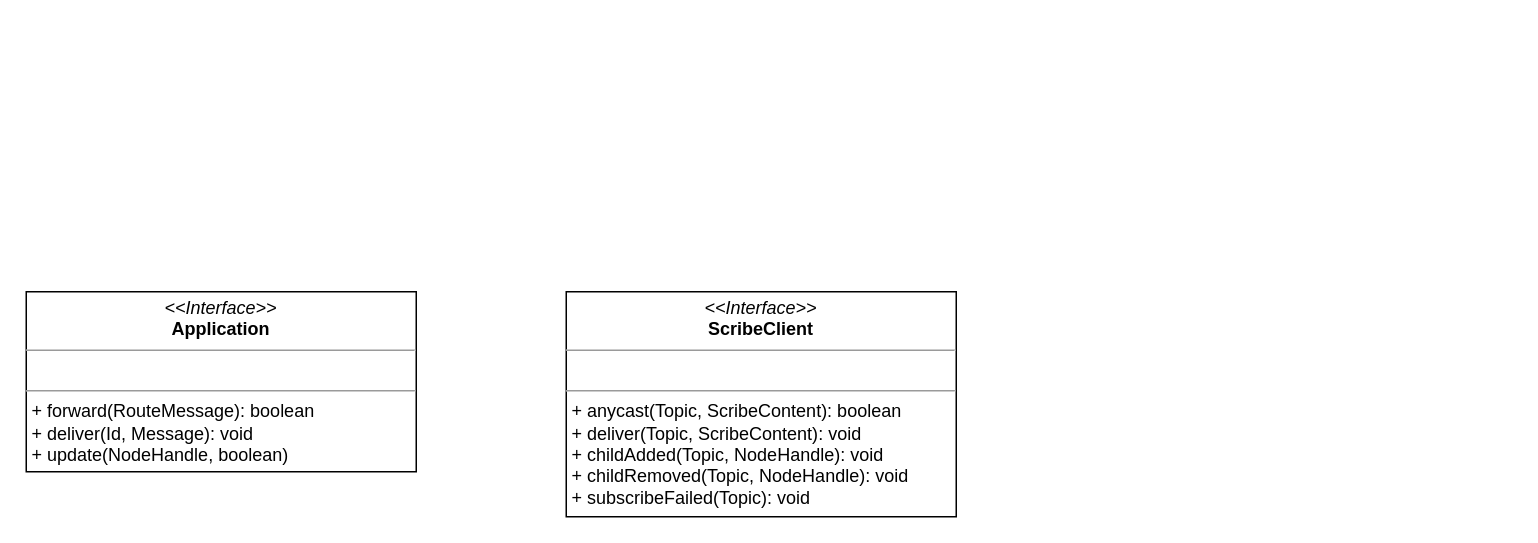
This is Scribe.drawio from OneOverThree/PastryTest, a draw.io file, before an edit. Source tidied: cells renumbered, new cells numbered last; positions are measured from the earlier drawing's top-left corner, leaving out a move shared by most shapes. Both pictures are drawn from the tidied source at 150%, with x=0, y=0 at pixel (26, 291).
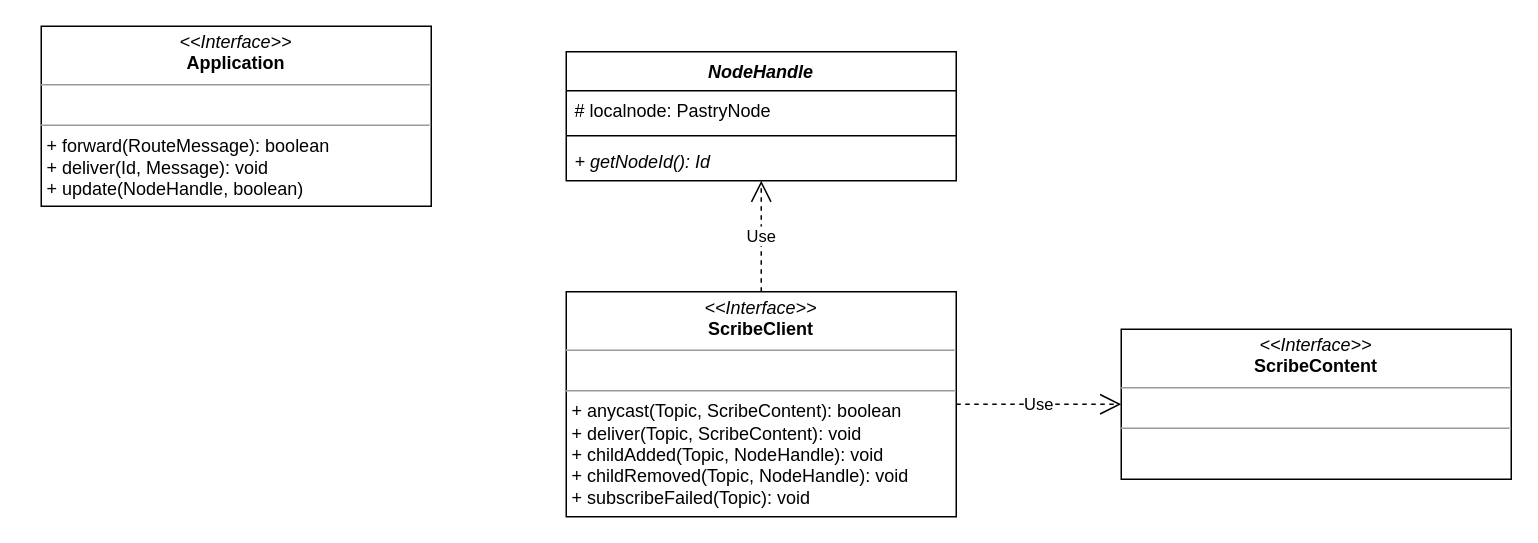
Above is the later version.

What changed in the source:
```diff
@@
 <mxGraphModel>
   <root>
     <mxCell id="0" />
     <mxCell id="1" parent="0" />
     <mxCell id="2" value="&lt;p style=&quot;margin:0px;margin-top:4px;text-align:center;&quot;&gt;&lt;i&gt;&amp;lt;&amp;lt;Interface&amp;gt;&amp;gt;&lt;/i&gt;&lt;br&gt;&lt;b&gt;Application&lt;/b&gt;&lt;br&gt;&lt;/p&gt;&lt;hr size=&quot;1&quot;&gt;&lt;p style=&quot;margin:0px;margin-left:4px;&quot;&gt;&lt;br&gt;&lt;/p&gt;&lt;hr size=&quot;1&quot;&gt;&lt;p style=&quot;margin:0px;margin-left:4px;&quot;&gt;+ forward(RouteMessage): boolean&lt;br&gt;&lt;/p&gt;&lt;p style=&quot;margin:0px;margin-left:4px;&quot;&gt;+ deliver(Id, Message)&lt;span style=&quot;background-color: initial;&quot;&gt;: void&lt;/span&gt;&lt;/p&gt;&lt;p style=&quot;margin:0px;margin-left:4px;&quot;&gt;&lt;span style=&quot;background-color: initial;&quot;&gt;+ update(NodeHandle, boolean)&lt;/span&gt;&lt;/p&gt;" style="verticalAlign=top;align=left;overflow=fill;fontSize=12;fontFamily=Helvetica;html=1;rounded=0;shadow=0;comic=0;labelBackgroundColor=none;strokeWidth=1;" parent="1" vertex="1">
-      <mxGeometry width="260" height="120" as="geometry" />
+      <mxGeometry x="10" y="-177" width="260" height="120" as="geometry" />
     </mxCell>
     <mxCell id="3" value="&lt;p style=&quot;margin:0px;margin-top:4px;text-align:center;&quot;&gt;&lt;i&gt;&amp;lt;&amp;lt;Interface&amp;gt;&amp;gt;&lt;/i&gt;&lt;br&gt;&lt;b&gt;ScribeClient&lt;/b&gt;&lt;br&gt;&lt;/p&gt;&lt;hr size=&quot;1&quot;&gt;&lt;p style=&quot;margin:0px;margin-left:4px;&quot;&gt;&lt;br&gt;&lt;/p&gt;&lt;hr size=&quot;1&quot;&gt;&lt;p style=&quot;margin:0px;margin-left:4px;&quot;&gt;+ anycast(Topic, ScribeContent): boolean&lt;br&gt;&lt;/p&gt;&lt;p style=&quot;margin:0px;margin-left:4px;&quot;&gt;+ deliver(Topic, ScribeContent)&lt;span style=&quot;background-color: initial;&quot;&gt;: void&lt;/span&gt;&lt;/p&gt;&lt;p style=&quot;margin:0px;margin-left:4px;&quot;&gt;&lt;span style=&quot;background-color: initial;&quot;&gt;+ childAdded(Topic, NodeHandle): void&lt;/span&gt;&lt;/p&gt;&lt;p style=&quot;margin:0px;margin-left:4px;&quot;&gt;&lt;span style=&quot;background-color: initial;&quot;&gt;+ childRemoved(Topic, NodeHandle): void&lt;/span&gt;&lt;/p&gt;&lt;p style=&quot;margin:0px;margin-left:4px;&quot;&gt;&lt;span style=&quot;background-color: initial;&quot;&gt;+ subscribeFailed(Topic): void&lt;/span&gt;&lt;/p&gt;" style="verticalAlign=top;align=left;overflow=fill;fontSize=12;fontFamily=Helvetica;html=1;rounded=0;shadow=0;comic=0;labelBackgroundColor=none;strokeWidth=1;" parent="1" vertex="1">
       <mxGeometry x="360" width="260" height="150" as="geometry" />
     </mxCell>
+    <mxCell id="4" value="NodeHandle" style="swimlane;fontStyle=3;align=center;verticalAlign=top;horizontal=1;startSize=26;" parent="1" vertex="1">
+      <mxGeometry x="360" y="-160" width="260" height="86" as="geometry" />
+    </mxCell>
+    <mxCell id="5" value="# localnode: PastryNode" style="text;strokeColor=none;fillColor=none;align=left;verticalAlign=top;spacingLeft=4;spacingRight=4;overflow=hidden;" parent="4" vertex="1">
+      <mxGeometry y="26" width="260" height="26" as="geometry" />
+    </mxCell>
+    <mxCell id="6" style="line;strokeWidth=1;fillColor=none;align=left;verticalAlign=middle;spacingTop=-1;spacingLeft=3;spacingRight=3;labelPosition=right;strokeColor=inherit;" parent="4" vertex="1">
+      <mxGeometry y="52" width="260" height="8" as="geometry" />
+    </mxCell>
+    <mxCell id="7" value="+ getNodeId(): Id" style="text;strokeColor=none;fillColor=none;align=left;verticalAlign=top;spacingLeft=4;spacingRight=4;overflow=hidden;fontStyle=2;" parent="4" vertex="1">
+      <mxGeometry y="60" width="260" height="26" as="geometry" />
+    </mxCell>
+    <mxCell id="8" value="&lt;p style=&quot;margin:0px;margin-top:4px;text-align:center;&quot;&gt;&lt;i&gt;&amp;lt;&amp;lt;Interface&amp;gt;&amp;gt;&lt;/i&gt;&lt;br&gt;&lt;b&gt;ScribeContent&lt;/b&gt;&lt;br&gt;&lt;/p&gt;&lt;hr size=&quot;1&quot;&gt;&lt;p style=&quot;margin:0px;margin-left:4px;&quot;&gt;&lt;br&gt;&lt;/p&gt;&lt;hr size=&quot;1&quot;&gt;&lt;p style=&quot;margin:0px;margin-left:4px;&quot;&gt;&lt;br&gt;&lt;/p&gt;" style="verticalAlign=top;align=left;overflow=fill;fontSize=12;fontFamily=Helvetica;html=1;rounded=0;shadow=0;comic=0;labelBackgroundColor=none;strokeWidth=1;" parent="1" vertex="1">
+      <mxGeometry x="730" y="25" width="260" height="100" as="geometry" />
+    </mxCell>
+    <mxCell id="9" value="Use" style="endArrow=open;endSize=12;dashed=1;html=1;rounded=0;exitX=0.5;exitY=0;exitDx=0;exitDy=0;" parent="1" edge="1" source="3" target="4">
+      <mxGeometry relative="1" as="geometry" />
+    </mxCell>
+    <mxCell id="10" value="Use" style="endArrow=open;endSize=12;dashed=1;html=1;rounded=0;" parent="1" edge="1" source="3" target="8">
+      <mxGeometry relative="1" as="geometry" />
+    </mxCell>
   </root>
 </mxGraphModel>
```
